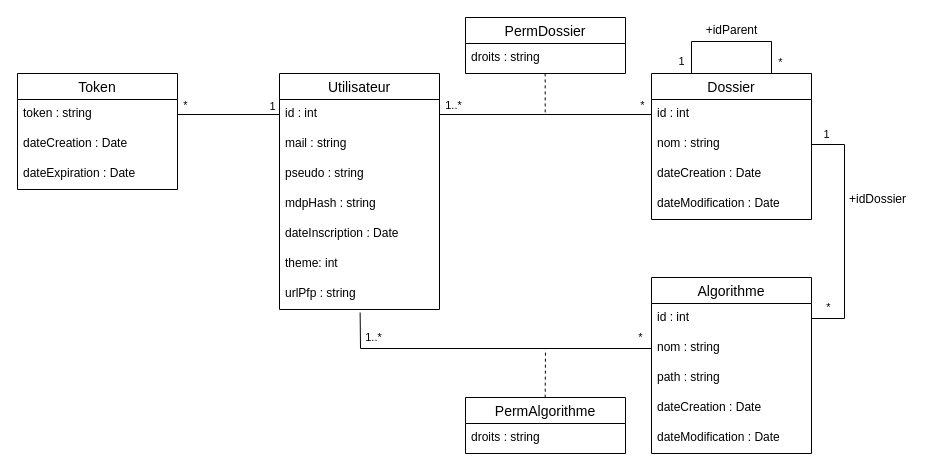
Earlier version of the draw.io diagram src/back/db/DB.drawio (Bing-Chill-inc/Algoforge-main). Source tidied: cells renumbered, new cells numbered last; positions are measured from the earlier drawing's top-left corner, leaving out a move shared by most shapes. Both pictures are drawn from the tidied source at 100%, with x=0, y=0 at pixel (17, 17).
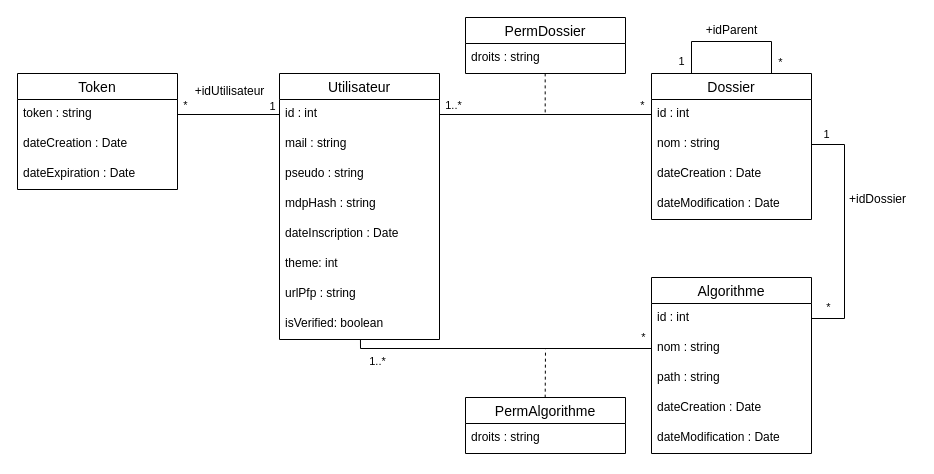
The same diagram, later.

Commit message (it also covers changes not shown here):
⚠️ Fix schéma (TypeORM) Algorithme et Dossier par rapport au diagramme de la DB

The change refers to these unchanged cells:
```xml
<mxCell id="9" value="urlPfp : string" style="text;strokeColor=none;fillColor=none;spacingLeft=4;spacingRight=4;overflow=hidden;points=[[0,0.5],[1,0.5]];portConstraint=eastwest;fontSize=12;whiteSpace=wrap;html=1;" parent="2" vertex="1">
  <mxGeometry y="206" width="160" height="30" as="geometry" />
</mxCell>
<mxCell id="12" value="nom : string" style="text;strokeColor=none;fillColor=none;spacingLeft=4;spacingRight=4;overflow=hidden;points=[[0,0.5],[1,0.5]];portConstraint=eastwest;fontSize=12;whiteSpace=wrap;html=1;" parent="10" vertex="1">
  <mxGeometry y="56" width="160" height="30" as="geometry" />
</mxCell>
```

The edit, as a diff of the source:
```diff
@@
     <mxCell id="2" value="Utilisateur" style="swimlane;fontStyle=0;horizontal=1;startSize=26;align=center;fontSize=14;" parent="1" vertex="1">
-      <mxGeometry x="262" y="56" width="160" height="236" as="geometry" />
+      <mxGeometry x="262" y="56" width="160" height="266" as="geometry" />
     </mxCell>
@@
+    <mxCell id="48" value="isVerified: boolean" style="text;strokeColor=none;fillColor=none;spacingLeft=4;spacingRight=4;overflow=hidden;points=[[0,0.5],[1,0.5]];portConstraint=eastwest;fontSize=12;whiteSpace=wrap;html=1;" parent="2" vertex="1">
+      <mxGeometry y="236" width="160" height="30" as="geometry" />
+    </mxCell>
@@
-    <mxCell id="24" style="endArrow=none;html=1;rounded=0;entryX=0;entryY=0.5;entryDx=0;entryDy=0;exitX=0.504;exitY=1.1;exitDx=0;exitDy=0;exitPerimeter=0;" parent="1" edge="1" source="9" target="12">
+    <mxCell id="24" style="endArrow=none;html=1;rounded=0;entryX=0;entryY=0.5;entryDx=0;entryDy=0;exitX=0.506;exitY=1.016;exitDx=0;exitDy=0;exitPerimeter=0;" parent="1" edge="1" source="48" target="12">
       <mxGeometry relative="1" as="geometry">
         <Array as="points">
           <mxPoint x="343" y="331" />
         </Array>
       </mxGeometry>
     </mxCell>
     <mxCell id="25" value="1..*" style="edgeLabel;html=1;align=center;verticalAlign=middle;" parent="24" vertex="1">
       <mxGeometry x="-0.83" y="3" relative="1" as="geometry">
-        <mxPoint x="10" y="-3" as="offset" />
+        <mxPoint y="15" as="offset" />
       </mxGeometry>
     </mxCell>
@@
+    <mxCell id="49" value="+idUtilisateur" style="text;html=1;align=center;verticalAlign=middle;strokeColor=none;fillColor=none;" parent="1" vertex="1">
+      <mxGeometry x="168" y="61" width="88" height="26" as="geometry" />
+    </mxCell>
```
